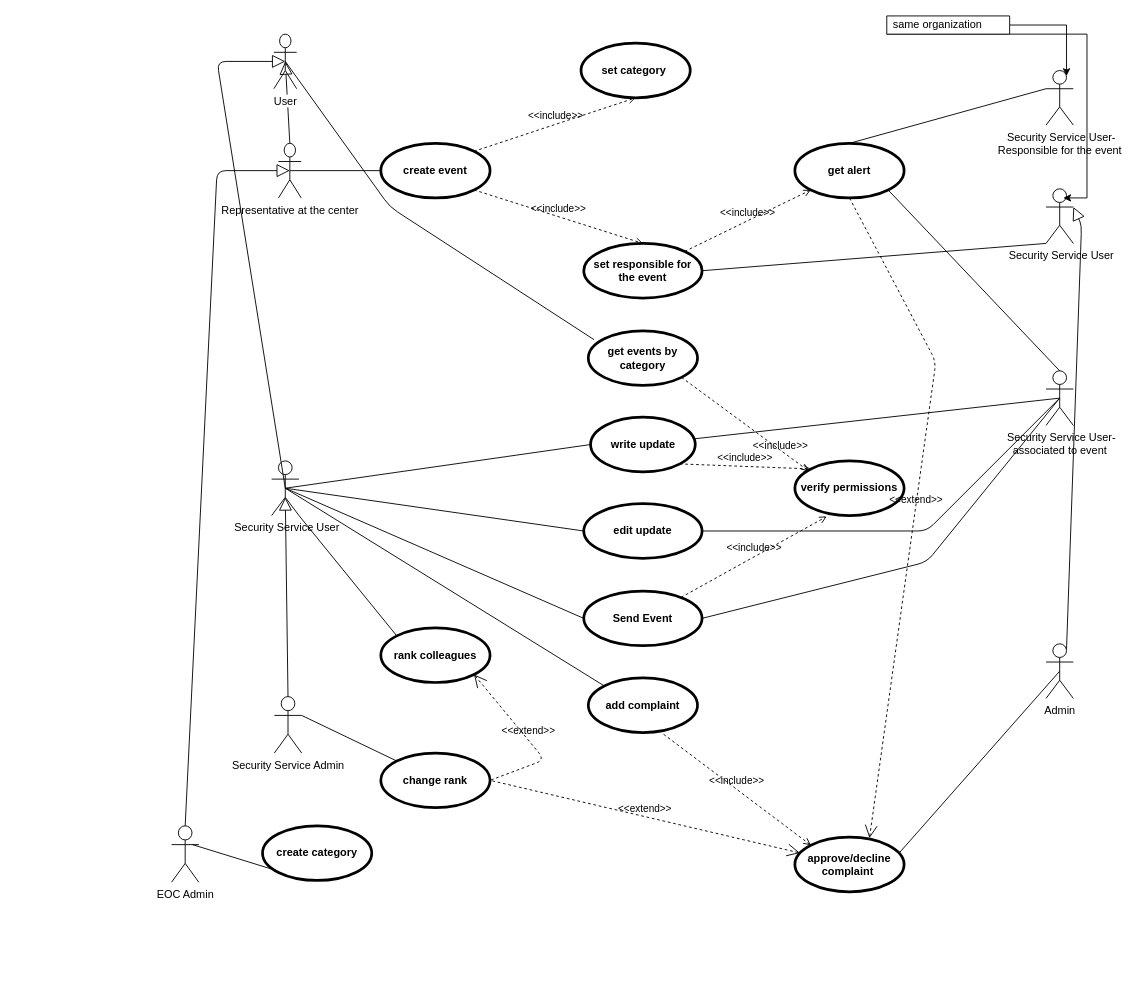
anastasiakova/nituz2 keeps this draw.io diagram as Untitled Diagram.drawio. Above is the earlier version. Source tidied: cells renumbered, new cells numbered last; positions are measured from the earlier drawing's top-left corner, leaving out a move shared by most shapes. Both pictures are drawn from the tidied source at 91%, with x=0, y=0 at pixel (171, 15).
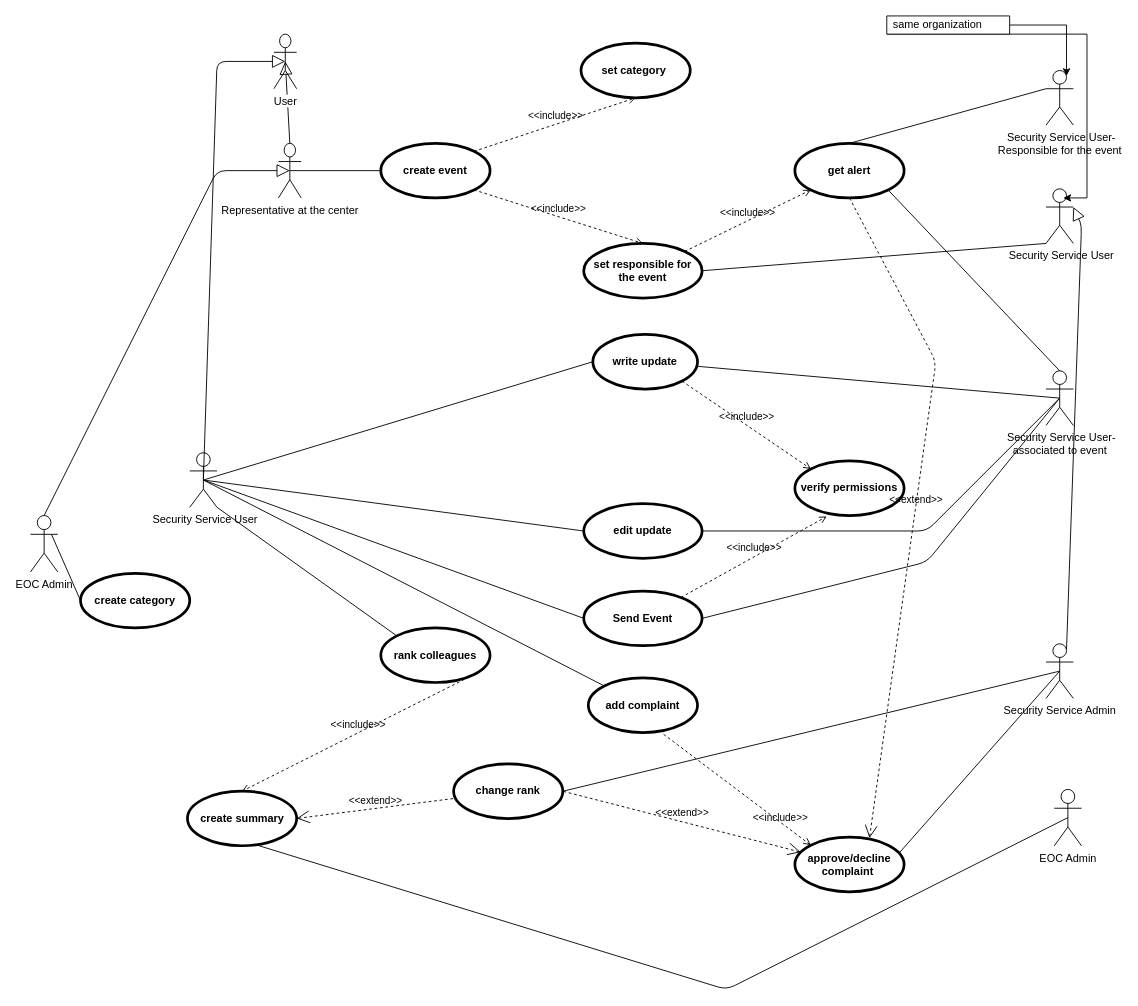
The same page after the edit.

Unchanged cells that the change refers to:
```xml
<mxCell id="5" value="User" style="shape=umlActor;verticalLabelPosition=bottom;labelBackgroundColor=#ffffff;verticalAlign=top;html=1;" parent="1" vertex="1">
  <mxGeometry x="112.5" y="20" width="25" height="60" as="geometry" />
</mxCell>
<mxCell id="31" value="rank colleagues" style="shape=ellipse;html=1;strokeWidth=3;fontStyle=1;whiteSpace=wrap;align=center;perimeter=ellipsePerimeter;" parent="1" vertex="1">
  <mxGeometry x="230" y="672.5" width="120" height="60" as="geometry" />
</mxCell>
<mxCell id="42" value="add complaint" style="shape=ellipse;html=1;strokeWidth=3;fontStyle=1;whiteSpace=wrap;align=center;perimeter=ellipsePerimeter;" parent="1" vertex="1">
  <mxGeometry x="458" y="727.5" width="120" height="60" as="geometry" />
</mxCell>
<mxCell id="45" value="approve/decline complaint&amp;nbsp;" style="shape=ellipse;html=1;strokeWidth=3;fontStyle=1;whiteSpace=wrap;align=center;perimeter=ellipsePerimeter;" parent="1" vertex="1">
  <mxGeometry x="685" y="902.5" width="120" height="60" as="geometry" />
</mxCell>
```

What changed in the source:
```diff
@@
-    <mxCell id="3" style="edgeStyle=none;html=1;endArrow=block;endFill=0;endSize=12;verticalAlign=bottom;exitX=0.5;exitY=0;exitDx=0;exitDy=0;exitPerimeter=0;entryX=0.5;entryY=0.667;entryDx=0;entryDy=0;entryPerimeter=0;" parent="1" edge="1" source="52" target="51">
-      <mxGeometry relative="1" as="geometry" />
-    </mxCell>
@@
     <mxCell id="22" value="write update" style="shape=ellipse;html=1;strokeWidth=3;fontStyle=1;whiteSpace=wrap;align=center;perimeter=ellipsePerimeter;" parent="1" vertex="1">
-      <mxGeometry x="460.5" y="441" width="115" height="60" as="geometry" />
+      <mxGeometry x="463" y="350" width="115" height="60" as="geometry" />
     </mxCell>
@@
-    <mxCell id="32" value="Admin" style="shape=umlActor;html=1;verticalLabelPosition=bottom;verticalAlign=top;align=center;" parent="1" vertex="1">
+    <mxCell id="32" value="Security Service Admin" style="shape=umlActor;html=1;verticalLabelPosition=bottom;verticalAlign=top;align=center;" parent="1" vertex="1">
       <mxGeometry x="961" y="690" width="30" height="60" as="geometry" />
     </mxCell>
@@
-    <mxCell id="34" style="edgeStyle=none;html=1;endArrow=none;verticalAlign=bottom;entryX=0;entryY=0;entryDx=0;entryDy=0;exitX=1;exitY=0.3333333333333333;exitDx=0;exitDy=0;exitPerimeter=0;" parent="1" edge="1" source="52" target="41">
+    <mxCell id="34" style="edgeStyle=none;html=1;endArrow=none;verticalAlign=bottom;entryX=1;entryY=0.5;entryDx=0;entryDy=0;exitX=0.5;exitY=0.5;exitDx=0;exitDy=0;exitPerimeter=0;" parent="1" edge="1" source="32" target="41">
       <mxGeometry relative="1" as="geometry" />
     </mxCell>
@@
     <mxCell id="36" value="create category" style="shape=ellipse;html=1;strokeWidth=3;fontStyle=1;whiteSpace=wrap;align=center;perimeter=ellipsePerimeter;" parent="1" vertex="1">
-      <mxGeometry x="100" y="890" width="120" height="60" as="geometry" />
+      <mxGeometry x="-100" y="612.5" width="120" height="60" as="geometry" />
     </mxCell>
-    <mxCell id="37" style="edgeStyle=none;html=1;endArrow=none;verticalAlign=bottom;exitX=0.5;exitY=0.5;exitDx=0;exitDy=0;exitPerimeter=0;entryX=0.052;entryY=0.162;entryDx=0;entryDy=0;entryPerimeter=0;" parent="1" edge="1" source="5" target="38">
-      <mxGeometry relative="1" as="geometry">
-        <Array as="points">
-          <mxPoint x="240" y="210" />
-        </Array>
-      </mxGeometry>
-    </mxCell>
-    <mxCell id="38" value="get events by category" style="shape=ellipse;html=1;strokeWidth=3;fontStyle=1;whiteSpace=wrap;align=center;perimeter=ellipsePerimeter;" parent="1" vertex="1">
-      <mxGeometry x="458" y="346" width="120" height="60" as="geometry" />
-    </mxCell>
-    <mxCell id="39" value="&amp;lt;&amp;lt;include&amp;gt;&amp;gt;" style="edgeStyle=none;html=1;endArrow=open;verticalAlign=bottom;dashed=1;labelBackgroundColor=none;exitX=1;exitY=1;exitDx=0;exitDy=0;" parent="1" edge="1" source="38">
-      <mxGeometry x="0.58" y="-3" relative="1" as="geometry">
-        <mxPoint x="700" y="500" as="targetPoint" />
-      </mxGeometry>
-    </mxCell>
     <mxCell id="40" value="EOC Admin" style="shape=umlActor;html=1;verticalLabelPosition=bottom;verticalAlign=top;align=center;" parent="1" vertex="1">
-      <mxGeometry y="890" width="30" height="62" as="geometry" />
+      <mxGeometry x="-155" y="549" width="30" height="62" as="geometry" />
     </mxCell>
     <mxCell id="41" value="change rank" style="shape=ellipse;html=1;strokeWidth=3;fontStyle=1;whiteSpace=wrap;align=center;perimeter=ellipsePerimeter;" parent="1" vertex="1">
-      <mxGeometry x="230" y="810" width="120" height="60" as="geometry" />
+      <mxGeometry x="310" y="822" width="120" height="60" as="geometry" />
     </mxCell>
@@
-    <mxCell id="43" style="edgeStyle=none;html=1;endArrow=none;verticalAlign=bottom;exitX=0.767;exitY=0.333;exitDx=0;exitDy=0;exitPerimeter=0;entryX=0.085;entryY=0.793;entryDx=0;entryDy=0;entryPerimeter=0;" parent="1" edge="1" source="40" target="36">
+    <mxCell id="43" style="edgeStyle=none;html=1;endArrow=none;verticalAlign=bottom;exitX=0.767;exitY=0.333;exitDx=0;exitDy=0;exitPerimeter=0;entryX=0;entryY=0.5;entryDx=0;entryDy=0;" parent="1" edge="1" source="40" target="36">
       <mxGeometry relative="1" as="geometry" />
     </mxCell>
@@
-    <mxCell id="47" value="&amp;lt;&amp;lt;extend&amp;gt;&amp;gt;" style="edgeStyle=none;html=1;startArrow=open;endArrow=none;startSize=12;verticalAlign=bottom;dashed=1;labelBackgroundColor=none;exitX=1;exitY=1;exitDx=0;exitDy=0;entryX=1;entryY=0.5;entryDx=0;entryDy=0;" parent="1" edge="1" source="31" target="41">
+    <mxCell id="47" value="&amp;lt;&amp;lt;extend&amp;gt;&amp;gt;" style="edgeStyle=none;html=1;startArrow=open;endArrow=none;startSize=12;verticalAlign=bottom;dashed=1;labelBackgroundColor=none;exitX=1;exitY=0.5;exitDx=0;exitDy=0;" parent="1" edge="1" source="59">
       <mxGeometry relative="1" as="geometry">
+        <mxPoint x="310" y="860" as="targetPoint" />
         <Array as="points">
-          <mxPoint x="410" y="817.5" />
+          <mxPoint x="310" y="860" />
         </Array>
       </mxGeometry>
     </mxCell>
@@
     <mxCell id="50" value="&amp;lt;&amp;lt;include&amp;gt;&amp;gt;" style="edgeStyle=none;html=1;endArrow=open;verticalAlign=bottom;dashed=1;labelBackgroundColor=none;exitX=0.689;exitY=1.031;exitDx=0;exitDy=0;exitPerimeter=0;entryX=0;entryY=0;entryDx=0;entryDy=0;" parent="1" edge="1" source="42" target="45">
-      <mxGeometry relative="1" as="geometry" />
+      <mxGeometry x="0.62" y="-2" relative="1" as="geometry">
+        <mxPoint x="-1" as="offset" />
+      </mxGeometry>
     </mxCell>
     <mxCell id="51" value="&amp;nbsp;Security Service User&lt;br&gt;" style="shape=umlActor;html=1;verticalLabelPosition=bottom;verticalAlign=top;align=center;" parent="1" vertex="1">
-      <mxGeometry x="110" y="489" width="30" height="60" as="geometry" />
+      <mxGeometry x="20" y="480" width="30" height="60" as="geometry" />
     </mxCell>
-    <mxCell id="52" value="Security Service Admin" style="shape=umlActor;html=1;verticalLabelPosition=bottom;verticalAlign=top;align=center;" parent="1" vertex="1">
-      <mxGeometry x="113" y="748" width="30" height="62" as="geometry" />
-    </mxCell>
@@
+    <mxCell id="59" value="create summary" style="shape=ellipse;html=1;strokeWidth=3;fontStyle=1;whiteSpace=wrap;align=center;perimeter=ellipsePerimeter;" parent="1" vertex="1">
+      <mxGeometry x="17.5" y="851.9" width="120" height="60" as="geometry" />
+    </mxCell>
+    <mxCell id="39" value="&amp;lt;&amp;lt;include&amp;gt;&amp;gt;" style="edgeStyle=none;html=1;endArrow=open;verticalAlign=bottom;dashed=1;labelBackgroundColor=none;exitX=1;exitY=1;exitDx=0;exitDy=0;entryX=0.5;entryY=0;entryDx=0;entryDy=0;" parent="1" edge="1" source="31" target="59">
+      <mxGeometry relative="1" as="geometry" />
+    </mxCell>
+    <mxCell id="60" value="EOC Admin" style="shape=umlActor;html=1;verticalLabelPosition=bottom;verticalAlign=top;align=center;" parent="1" vertex="1">
+      <mxGeometry x="970" y="850" width="30" height="62" as="geometry" />
+    </mxCell>
+    <mxCell id="61" style="edgeStyle=none;html=1;endArrow=none;verticalAlign=bottom;entryX=0.5;entryY=0.5;entryDx=0;entryDy=0;entryPerimeter=0;exitX=0.604;exitY=0.968;exitDx=0;exitDy=0;exitPerimeter=0;" parent="1" edge="1" source="59" target="60">
+      <mxGeometry relative="1" as="geometry">
+        <Array as="points">
+          <mxPoint x="610" y="1070" />
+        </Array>
+      </mxGeometry>
+    </mxCell>
```
